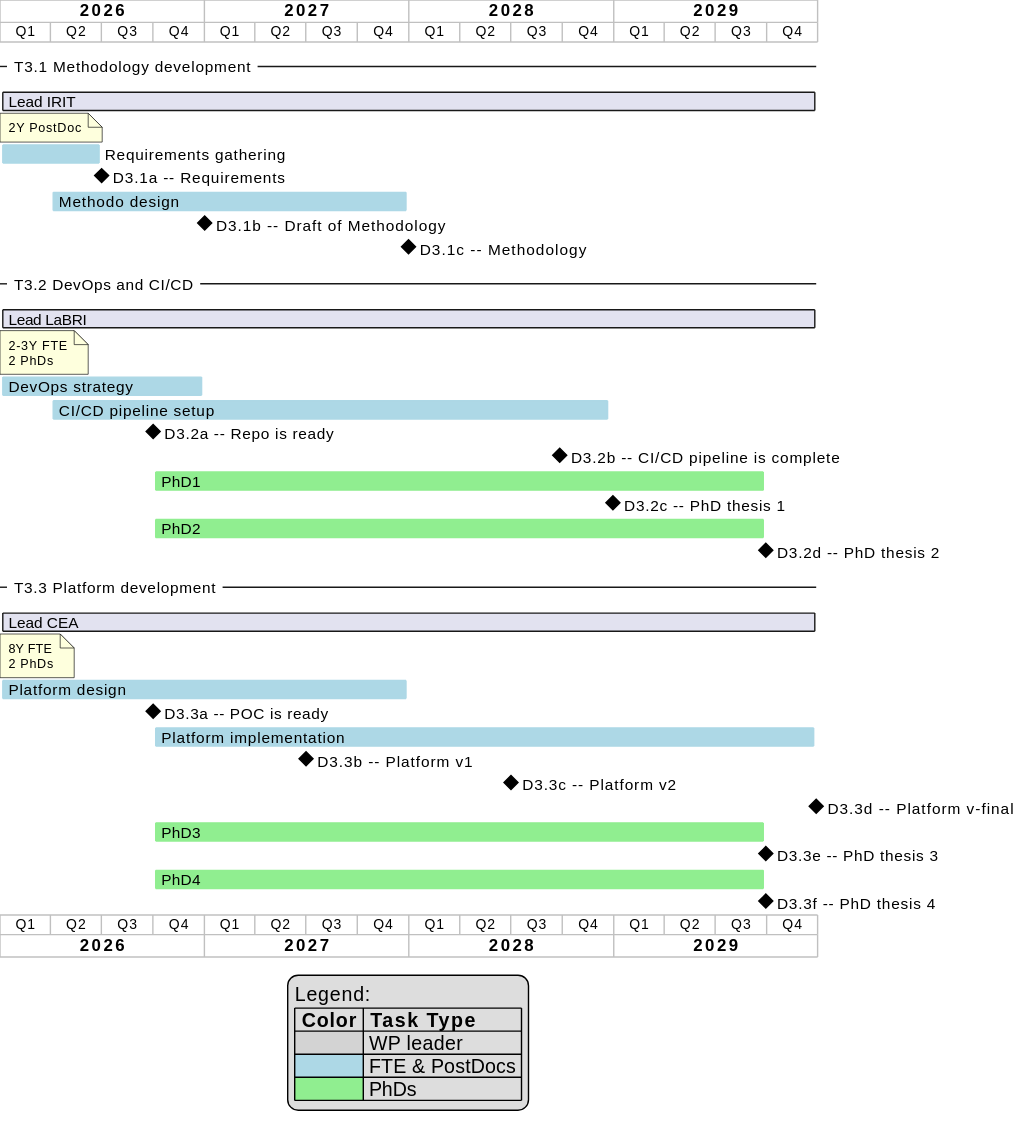
The PlantUML diagram out/pc3-gantt/PC3GanttChart.svg in jmbruel/edt-pc3, before a commit.
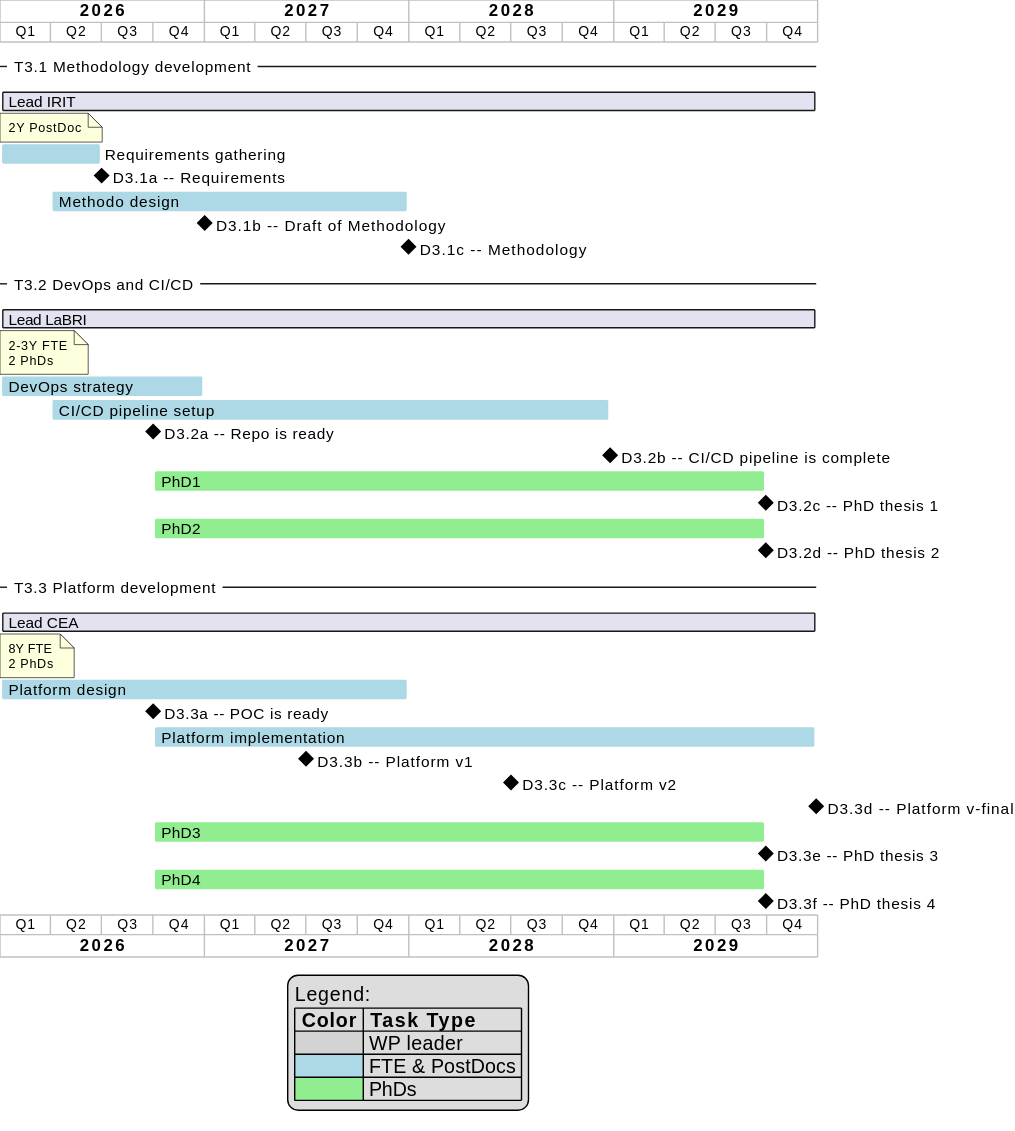
Later version of the same file.

What changed in the source:
```diff
@@ -27,14 +27,15 @@
 [DevOps strategy] as [T3.2a] requires 365 days and is colored in LightBlue
 [T3.2a] starts 1st January 2026
 [CI/CD pipeline setup] as [T3.2b] requires 1000 days and is colored in LightBlue
+[T3.2b] starts 1st April 2026
+
 [D3.2a -- Repo is ready] happens 1st October 2026
 [D3.2b -- CI/CD pipeline is complete] happens at [T3.2b]'s end
 
-[T3.2b] starts 1st April 2026
 [PhD1] as [T3.2c] requires 1095 days and is colored in LightGreen
+[T3.2c] starts 1st October 2026
 [D3.2c -- PhD thesis 1] happens at [T3.2c]'s end
 
-[T3.2c] starts 1st October 2026
 [PhD2] as [T3.2d] requires 1095 days and is colored in LightGreen
 [T3.2d] starts 1st October 2026
 [D3.2d -- PhD thesis 2] happens at [T3.2d]'s end
```
